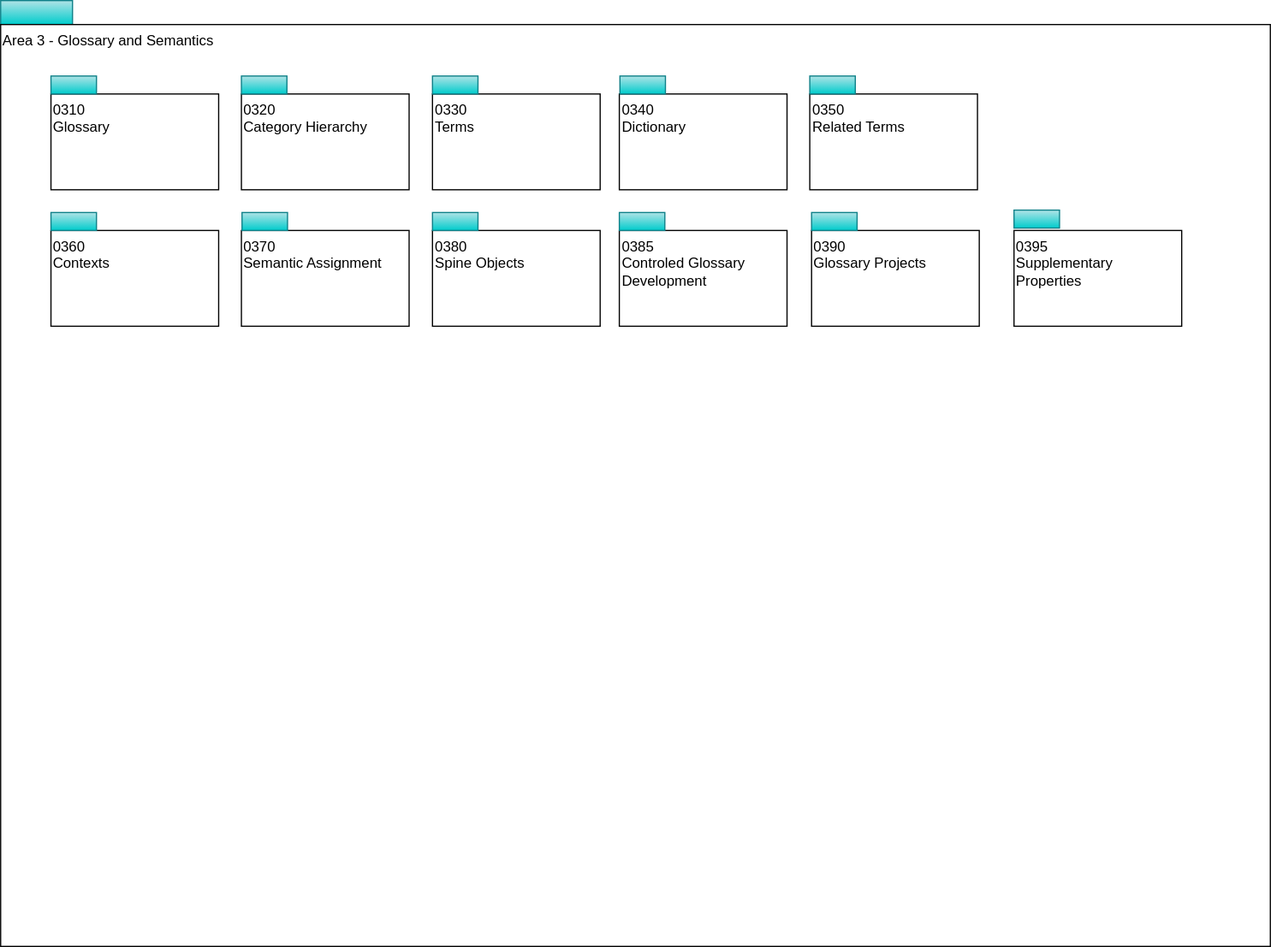
Earlier version of the draw.io export site/docs/types/3/area-3-glossary-overview.svg (odpi/egeria-docs). Source tidied: cells renumbered, new cells last; positions are measured from the earlier drawing's top-left corner, leaving out a move shared by most shapes.
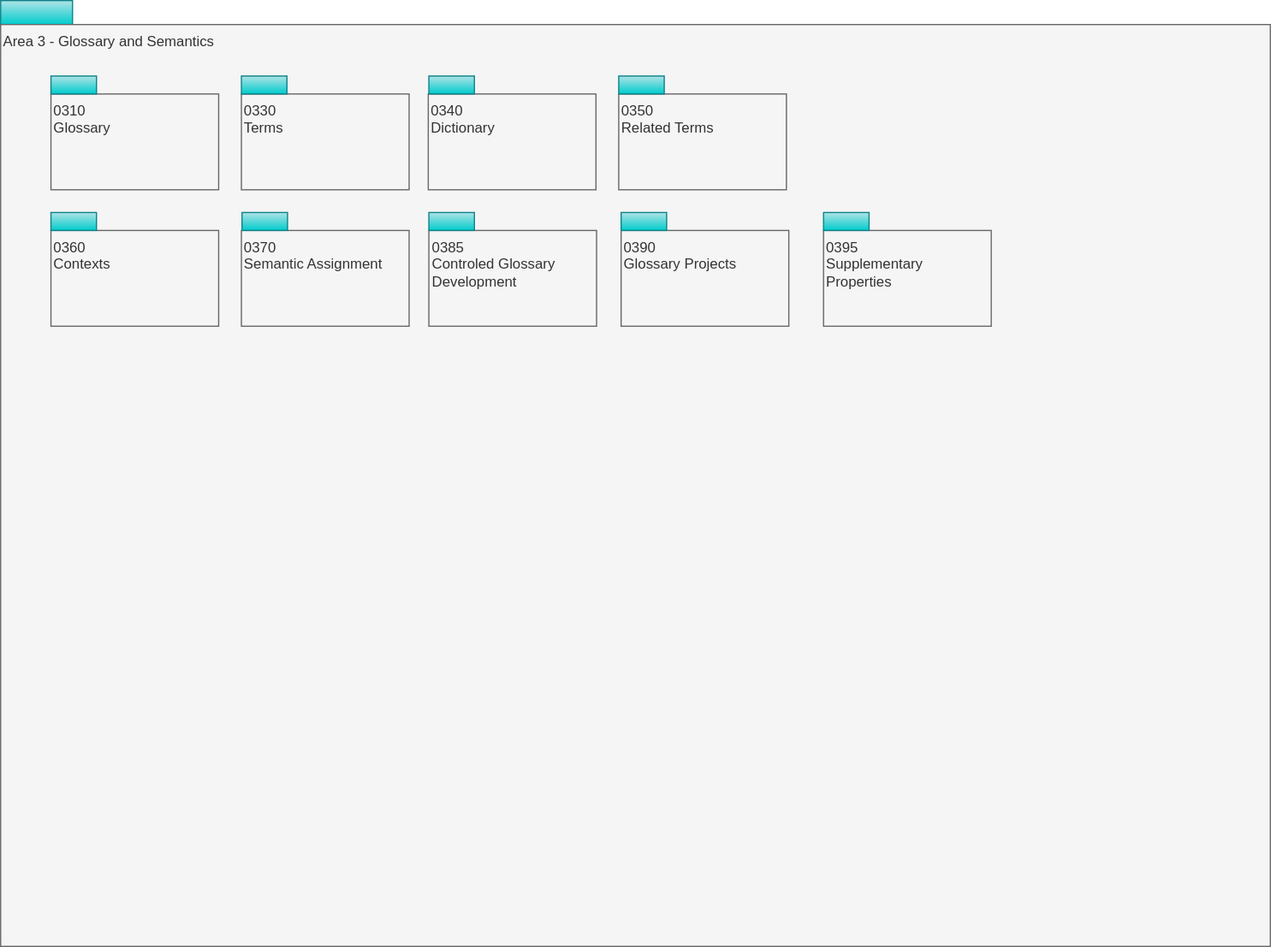
The same diagram one commit later.

Diff of the diagram source:
```diff
@@ -5,74 +5,62 @@
     <mxCell id="2" style="rounded=0;whiteSpace=wrap;html=1;align=left;fillColor=#b0e3e6;strokeColor=#0e8088;gradientColor=#00CCCC;" parent="1" vertex="1">
       <mxGeometry width="60" height="20" as="geometry" />
     </mxCell>
-    <mxCell id="3" value="Area 3 - Glossary and Semantics" style="rounded=0;whiteSpace=wrap;html=1;align=left;verticalAlign=top;" parent="1" vertex="1">
+    <mxCell id="3" value="Area 3 - Glossary and Semantics" style="rounded=0;whiteSpace=wrap;html=1;align=left;verticalAlign=top;fillColor=#f5f5f5;fontColor=#333333;strokeColor=#666666;" parent="1" vertex="1">
       <mxGeometry y="20" width="1060" height="770" as="geometry" />
     </mxCell>
-    <mxCell id="4" value="0310&lt;br&gt;Glossary" style="rounded=0;whiteSpace=wrap;html=1;align=left;verticalAlign=top;" parent="1" vertex="1">
+    <mxCell id="4" value="0310&lt;br&gt;Glossary" style="rounded=0;whiteSpace=wrap;html=1;align=left;verticalAlign=top;fillColor=#f5f5f5;fontColor=#333333;strokeColor=#666666;" parent="1" vertex="1">
       <mxGeometry x="42" y="78" width="140" height="80" as="geometry" />
     </mxCell>
-    <mxCell id="5" value="0320&lt;br&gt;Category Hierarchy" style="rounded=0;whiteSpace=wrap;html=1;align=left;verticalAlign=top;" parent="1" vertex="1">
+    <mxCell id="5" value="0330&lt;br&gt;Terms" style="rounded=0;whiteSpace=wrap;html=1;align=left;verticalAlign=top;fillColor=#f5f5f5;fontColor=#333333;strokeColor=#666666;" parent="1" vertex="1">
       <mxGeometry x="201" y="78" width="140" height="80" as="geometry" />
     </mxCell>
-    <mxCell id="6" value="0330&lt;br&gt;Terms" style="rounded=0;whiteSpace=wrap;html=1;align=left;verticalAlign=top;" parent="1" vertex="1">
-      <mxGeometry x="360.5" y="78" width="140" height="80" as="geometry" />
+    <mxCell id="6" value="0360&lt;br&gt;Contexts" style="rounded=0;whiteSpace=wrap;html=1;align=left;verticalAlign=top;fillColor=#f5f5f5;fontColor=#333333;strokeColor=#666666;" parent="1" vertex="1">
+      <mxGeometry x="42" y="192" width="140" height="80" as="geometry" />
     </mxCell>
-    <mxCell id="7" value="0360&lt;br&gt;Contexts" style="rounded=0;whiteSpace=wrap;html=1;align=left;verticalAlign=top;" parent="1" vertex="1">
-      <mxGeometry x="42" y="192" width="140" height="80" as="geometry" />
+    <mxCell id="7" value="0370&lt;br&gt;Semantic Assignment" style="rounded=0;whiteSpace=wrap;html=1;align=left;verticalAlign=top;fillColor=#f5f5f5;fontColor=#333333;strokeColor=#666666;" parent="1" vertex="1">
+      <mxGeometry x="201" y="192" width="140" height="80" as="geometry" />
     </mxCell>
-    <mxCell id="8" value="0370&lt;br&gt;Semantic Assignment" style="rounded=0;whiteSpace=wrap;html=1;align=left;verticalAlign=top;" parent="1" vertex="1">
-      <mxGeometry x="201" y="192" width="140" height="80" as="geometry" />
+    <mxCell id="8" value="0385&lt;br&gt;Controled Glossary Development" style="rounded=0;whiteSpace=wrap;html=1;align=left;verticalAlign=top;fillColor=#f5f5f5;fontColor=#333333;strokeColor=#666666;" parent="1" vertex="1">
+      <mxGeometry x="357.5" y="192" width="140" height="80" as="geometry" />
     </mxCell>
-    <mxCell id="9" value="0385&lt;br&gt;Controled Glossary Development" style="rounded=0;whiteSpace=wrap;html=1;align=left;verticalAlign=top;" parent="1" vertex="1">
-      <mxGeometry x="516.5" y="192" width="140" height="80" as="geometry" />
+    <mxCell id="9" value="0340&lt;br&gt;Dictionary" style="rounded=0;whiteSpace=wrap;html=1;align=left;verticalAlign=top;fillColor=#f5f5f5;fontColor=#333333;strokeColor=#666666;" parent="1" vertex="1">
+      <mxGeometry x="357" y="78" width="140" height="80" as="geometry" />
     </mxCell>
-    <mxCell id="10" value="0380&lt;br&gt;Spine Objects" style="rounded=0;whiteSpace=wrap;html=1;align=left;verticalAlign=top;" parent="1" vertex="1">
-      <mxGeometry x="360.5" y="192" width="140" height="80" as="geometry" />
+    <mxCell id="10" value="0350&lt;br&gt;Related Terms" style="rounded=0;whiteSpace=wrap;html=1;align=left;verticalAlign=top;fillColor=#f5f5f5;fontColor=#333333;strokeColor=#666666;" parent="1" vertex="1">
+      <mxGeometry x="516" y="78" width="140" height="80" as="geometry" />
     </mxCell>
-    <mxCell id="11" value="0340&lt;br&gt;Dictionary" style="rounded=0;whiteSpace=wrap;html=1;align=left;verticalAlign=top;" parent="1" vertex="1">
-      <mxGeometry x="516.5" y="78" width="140" height="80" as="geometry" />
+    <mxCell id="11" style="rounded=0;whiteSpace=wrap;html=1;align=left;fillColor=#b0e3e6;strokeColor=#0e8088;gradientColor=#00CCCC;" parent="1" vertex="1">
+      <mxGeometry x="42" y="63" width="38" height="15" as="geometry" />
     </mxCell>
-    <mxCell id="12" value="0350&lt;br&gt;Related Terms" style="rounded=0;whiteSpace=wrap;html=1;align=left;verticalAlign=top;" parent="1" vertex="1">
-      <mxGeometry x="675.5" y="78" width="140" height="80" as="geometry" />
+    <mxCell id="12" style="rounded=0;whiteSpace=wrap;html=1;align=left;fillColor=#b0e3e6;strokeColor=#0e8088;gradientColor=#00CCCC;" parent="1" vertex="1">
+      <mxGeometry x="357.5" y="177" width="38" height="15" as="geometry" />
     </mxCell>
     <mxCell id="13" style="rounded=0;whiteSpace=wrap;html=1;align=left;fillColor=#b0e3e6;strokeColor=#0e8088;gradientColor=#00CCCC;" parent="1" vertex="1">
-      <mxGeometry x="42" y="63" width="38" height="15" as="geometry" />
+      <mxGeometry x="357.5" y="63" width="38" height="15" as="geometry" />
     </mxCell>
     <mxCell id="14" style="rounded=0;whiteSpace=wrap;html=1;align=left;fillColor=#b0e3e6;strokeColor=#0e8088;gradientColor=#00CCCC;" parent="1" vertex="1">
-      <mxGeometry x="516.5" y="177" width="38" height="15" as="geometry" />
+      <mxGeometry x="201.5" y="177" width="38" height="15" as="geometry" />
     </mxCell>
     <mxCell id="15" style="rounded=0;whiteSpace=wrap;html=1;align=left;fillColor=#b0e3e6;strokeColor=#0e8088;gradientColor=#00CCCC;" parent="1" vertex="1">
-      <mxGeometry x="517" y="63" width="38" height="15" as="geometry" />
+      <mxGeometry x="201" y="63" width="38" height="15" as="geometry" />
     </mxCell>
     <mxCell id="16" style="rounded=0;whiteSpace=wrap;html=1;align=left;fillColor=#b0e3e6;strokeColor=#0e8088;gradientColor=#00CCCC;" parent="1" vertex="1">
-      <mxGeometry x="360.5" y="177" width="38" height="15" as="geometry" />
+      <mxGeometry x="42" y="177" width="38" height="15" as="geometry" />
     </mxCell>
     <mxCell id="17" style="rounded=0;whiteSpace=wrap;html=1;align=left;fillColor=#b0e3e6;strokeColor=#0e8088;gradientColor=#00CCCC;" parent="1" vertex="1">
-      <mxGeometry x="201" y="63" width="38" height="15" as="geometry" />
+      <mxGeometry x="516" y="63" width="38" height="15" as="geometry" />
     </mxCell>
-    <mxCell id="18" style="rounded=0;whiteSpace=wrap;html=1;align=left;fillColor=#b0e3e6;strokeColor=#0e8088;gradientColor=#00CCCC;" parent="1" vertex="1">
-      <mxGeometry x="201.5" y="177" width="38" height="15" as="geometry" />
+    <mxCell id="18" value="0390&lt;br&gt;Glossary Projects" style="rounded=0;whiteSpace=wrap;html=1;align=left;verticalAlign=top;fillColor=#f5f5f5;fontColor=#333333;strokeColor=#666666;" parent="1" vertex="1">
+      <mxGeometry x="518" y="192" width="140" height="80" as="geometry" />
     </mxCell>
     <mxCell id="19" style="rounded=0;whiteSpace=wrap;html=1;align=left;fillColor=#b0e3e6;strokeColor=#0e8088;gradientColor=#00CCCC;" parent="1" vertex="1">
-      <mxGeometry x="360.5" y="63" width="38" height="15" as="geometry" />
+      <mxGeometry x="518" y="177" width="38" height="15" as="geometry" />
     </mxCell>
-    <mxCell id="20" style="rounded=0;whiteSpace=wrap;html=1;align=left;fillColor=#b0e3e6;strokeColor=#0e8088;gradientColor=#00CCCC;" parent="1" vertex="1">
-      <mxGeometry x="42" y="177" width="38" height="15" as="geometry" />
+    <mxCell id="20" value="0395&lt;br&gt;Supplementary Properties" style="rounded=0;whiteSpace=wrap;html=1;align=left;verticalAlign=top;fillColor=#f5f5f5;fontColor=#333333;strokeColor=#666666;" parent="1" vertex="1">
+      <mxGeometry x="687" y="192" width="140" height="80" as="geometry" />
     </mxCell>
     <mxCell id="21" style="rounded=0;whiteSpace=wrap;html=1;align=left;fillColor=#b0e3e6;strokeColor=#0e8088;gradientColor=#00CCCC;" parent="1" vertex="1">
-      <mxGeometry x="675.5" y="63" width="38" height="15" as="geometry" />
+      <mxGeometry x="687" y="177" width="38" height="15" as="geometry" />
     </mxCell>
-    <mxCell id="22" value="0390&lt;br&gt;Glossary Projects" style="rounded=0;whiteSpace=wrap;html=1;align=left;verticalAlign=top;" parent="1" vertex="1">
-      <mxGeometry x="677" y="192" width="140" height="80" as="geometry" />
-    </mxCell>
-    <mxCell id="23" style="rounded=0;whiteSpace=wrap;html=1;align=left;fillColor=#b0e3e6;strokeColor=#0e8088;gradientColor=#00CCCC;" parent="1" vertex="1">
-      <mxGeometry x="677" y="177" width="38" height="15" as="geometry" />
-    </mxCell>
-    <mxCell id="24" value="0395&lt;br&gt;Supplementary Properties" style="rounded=0;whiteSpace=wrap;html=1;align=left;verticalAlign=top;" parent="1" vertex="1">
-      <mxGeometry x="846" y="192" width="140" height="80" as="geometry" />
-    </mxCell>
-    <mxCell id="25" style="rounded=0;whiteSpace=wrap;html=1;align=left;fillColor=#b0e3e6;strokeColor=#0e8088;gradientColor=#00CCCC;" parent="1" vertex="1">
-      <mxGeometry x="846" y="175" width="38" height="15" as="geometry" />
-    </mxCell>
   </root>
 </mxGraphModel>
```
